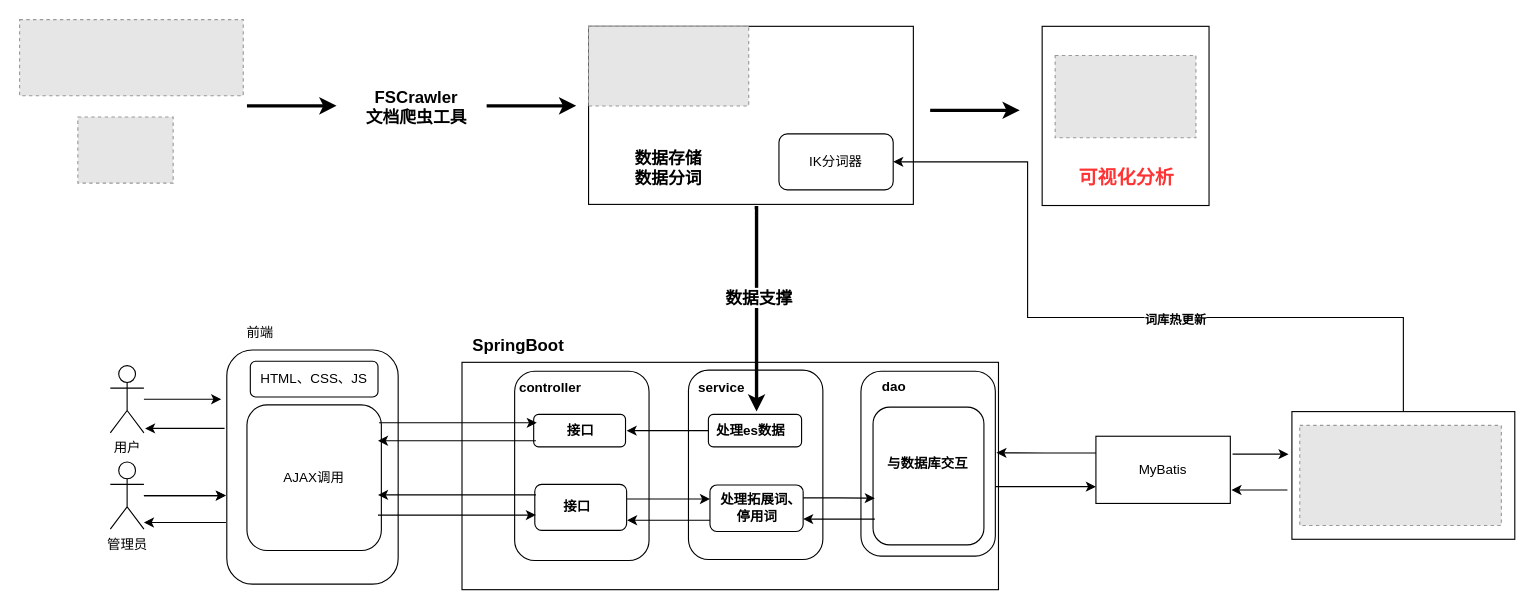
The draw.io diagram page "第 6 页" (9 of 9) of elk.drawio in letengzz/Drawing, before the edit. Source tidied: cells renumbered, new cells numbered last; positions are measured from the earlier drawing's top-left corner, leaving out a move shared by most shapes. Both pictures are drawn from the tidied source at 112%, with x=0, y=0 at pixel (19, 19). Pictures stored in the file or linked from it are replaced by grey dashed boxes.
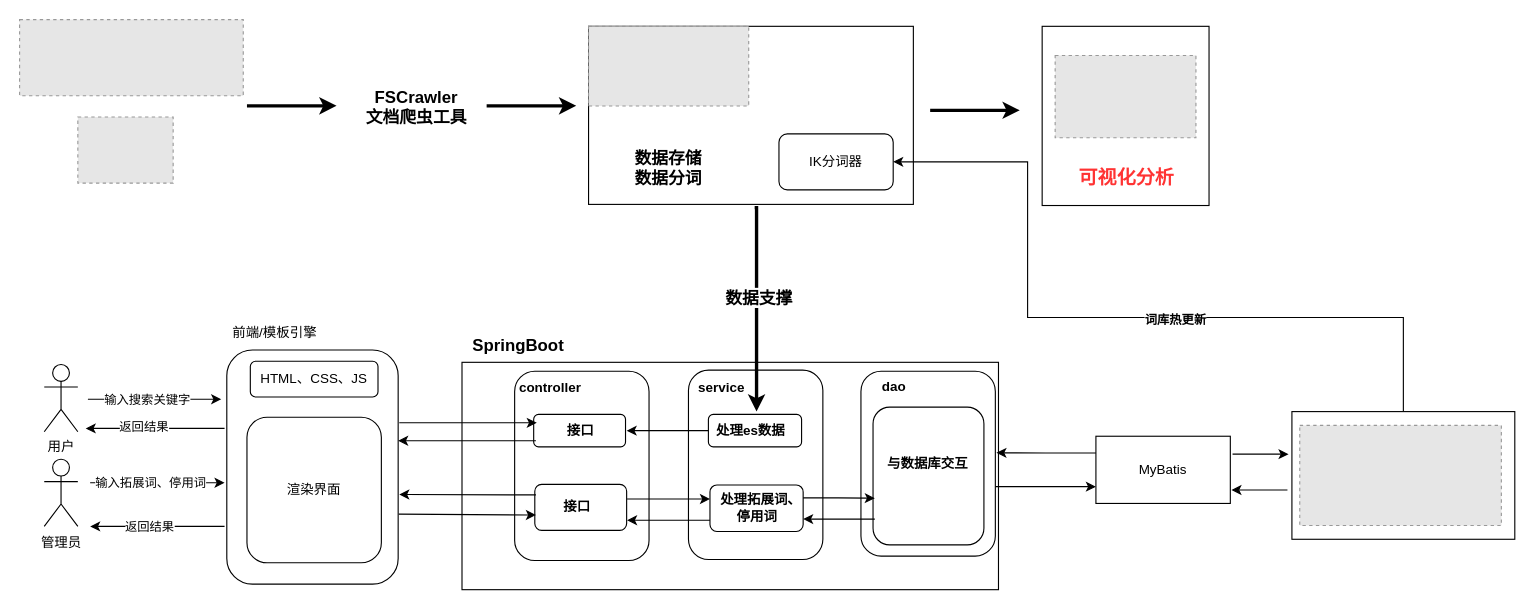
The same page after the edit.

The change refers to these unchanged cells:
```xml
<mxCell id="54" style="rounded=1;whiteSpace=wrap;html=1;" parent="1" vertex="1">
  <mxGeometry x="185" y="295" width="153" height="209" as="geometry" />
</mxCell>
```

Change to the diagram source:
```diff
@@
-    <mxCell id="42" style="edgeStyle=orthogonalEdgeStyle;rounded=0;jettySize=auto;html=1;" parent="1" edge="1" source="43">
-      <mxGeometry relative="1" as="geometry">
-        <mxPoint x="184.2" y="425" as="targetPoint" />
-      </mxGeometry>
-    </mxCell>
     <mxCell id="43" value="管理员" style="shape=umlActor;verticalLabelPosition=bottom;verticalAlign=top;html=1;outlineConnect=0;" parent="1" vertex="1">
-      <mxGeometry x="81" y="395" width="30" height="60" as="geometry" />
+      <mxGeometry x="22" y="392.5" width="30" height="60" as="geometry" />
     </mxCell>
     <mxCell id="44" value="用户" style="shape=umlActor;verticalLabelPosition=bottom;verticalAlign=top;html=1;outlineConnect=0;" parent="1" vertex="1">
-      <mxGeometry x="81" y="309" width="30" height="60" as="geometry" />
+      <mxGeometry x="22" y="308" width="30" height="60" as="geometry" />
     </mxCell>
@@
-    <mxCell id="55" value="前端" style="text;html=1;strokeColor=none;fillColor=none;align=center;verticalAlign=middle;whiteSpace=wrap;rounded=0;" parent="1" vertex="1">
-      <mxGeometry x="185" y="265" width="60" height="30" as="geometry" />
+    <mxCell id="55" value="前端/模板引擎" style="text;html=1;strokeColor=none;fillColor=none;align=center;verticalAlign=middle;whiteSpace=wrap;rounded=0;" parent="1" vertex="1">
+      <mxGeometry x="185" y="265" width="86" height="30" as="geometry" />
     </mxCell>
-    <mxCell id="56" value="AJAX调用" style="rounded=1;whiteSpace=wrap;html=1;" parent="1" vertex="1">
-      <mxGeometry x="203" y="344" width="120" height="130" as="geometry" />
+    <mxCell id="56" value="渲染界面" style="rounded=1;whiteSpace=wrap;html=1;" parent="1" vertex="1">
+      <mxGeometry x="203" y="355" width="120" height="130" as="geometry" />
     </mxCell>
@@
     <mxCell id="58" style="endArrow=classic;html=1;rounded=0;entryX=0;entryY=0.5;entryDx=0;entryDy=0;" parent="1" edge="1">
       <mxGeometry relative="1" as="geometry">
-        <mxPoint x="321" y="360" as="sourcePoint" />
+        <mxPoint x="339" y="360" as="sourcePoint" />
         <mxPoint x="461.8" y="360" as="targetPoint" />
       </mxGeometry>
     </mxCell>
-    <mxCell id="59" style="endArrow=classic;html=1;rounded=0;entryX=0;entryY=0.5;entryDx=0;entryDy=0;" parent="1" edge="1">
+    <mxCell id="59" style="endArrow=classic;html=1;rounded=0;" parent="1" edge="1">
       <mxGeometry relative="1" as="geometry">
         <mxPoint x="461" y="376" as="sourcePoint" />
-        <mxPoint x="320" y="376" as="targetPoint" />
+        <mxPoint x="338" y="376" as="targetPoint" />
       </mxGeometry>
     </mxCell>
-    <mxCell id="60" style="edgeStyle=orthogonalEdgeStyle;rounded=0;orthogonalLoop=1;jettySize=auto;html=1;" parent="1" edge="1">
-      <mxGeometry relative="1" as="geometry">
-        <mxPoint x="111" y="425" as="sourcePoint" />
-        <mxPoint x="184.2" y="425" as="targetPoint" />
-      </mxGeometry>
-    </mxCell>
-    <mxCell id="61" style="edgeStyle=orthogonalEdgeStyle;rounded=0;orthogonalLoop=1;jettySize=auto;html=1;" parent="1" edge="1">
-      <mxGeometry relative="1" as="geometry">
-        <mxPoint x="184.2" y="449" as="sourcePoint" />
-        <mxPoint x="111" y="449" as="targetPoint" />
-      </mxGeometry>
-    </mxCell>
-    <mxCell id="62" style="edgeStyle=orthogonalEdgeStyle;rounded=0;jettySize=auto;html=1;" parent="1" edge="1" source="44">
+    <mxCell id="62" style="edgeStyle=orthogonalEdgeStyle;rounded=0;orthogonalLoop=1;jettySize=auto;html=1;" parent="1" edge="1">
       <mxGeometry relative="1" as="geometry">
+        <mxPoint x="61" y="339" as="sourcePoint" />
         <mxPoint x="180" y="339" as="targetPoint" />
       </mxGeometry>
     </mxCell>
+    <mxCell id="66" value="输入搜索关键字" style="edgeLabel;html=1;align=center;verticalAlign=middle;" parent="62" vertex="1">
+      <mxGeometry x="-0.37" y="-1" relative="1" as="geometry">
+        <mxPoint x="15" y="-1" as="offset" />
+      </mxGeometry>
+    </mxCell>
-    <mxCell id="63" style="edgeStyle=orthogonalEdgeStyle;rounded=0;orthogonalLoop=1;jettySize=auto;html=1;entryX=-0.018;entryY=0.12;entryDx=0;entryDy=0;entryPerimeter=0;" parent="1" edge="1">
+    <mxCell id="63" style="edgeStyle=orthogonalEdgeStyle;rounded=0;orthogonalLoop=1;jettySize=auto;html=1;" parent="1" edge="1">
       <mxGeometry relative="1" as="geometry">
         <mxPoint x="183" y="365" as="sourcePoint" />
-        <mxPoint x="112" y="365" as="targetPoint" />
+        <mxPoint x="59" y="365" as="targetPoint" />
       </mxGeometry>
     </mxCell>
+    <mxCell id="67" value="返回结果" style="edgeLabel;html=1;align=center;verticalAlign=middle;" parent="63" vertex="1">
+      <mxGeometry x="0.18" y="-2" relative="1" as="geometry" />
+    </mxCell>
-    <mxCell id="64" style="endArrow=classic;html=1;rounded=0;entryX=0;entryY=0.5;entryDx=0;entryDy=0;" parent="1" edge="1">
+    <mxCell id="64" style="endArrow=classic;html=1;rounded=0;" parent="1" edge="1">
       <mxGeometry relative="1" as="geometry">
         <mxPoint x="461" y="424.4" as="sourcePoint" />
-        <mxPoint x="320" y="424.4" as="targetPoint" />
+        <mxPoint x="339" y="424" as="targetPoint" />
       </mxGeometry>
     </mxCell>
-    <mxCell id="65" style="endArrow=classic;html=1;rounded=0;entryX=0;entryY=0.5;entryDx=0;entryDy=0;" parent="1" edge="1">
+    <mxCell id="65" style="endArrow=classic;html=1;rounded=0;entryX=0;entryY=0.5;entryDx=0;entryDy=0;exitX=1.003;exitY=0.701;exitDx=0;exitDy=0;exitPerimeter=0;" parent="1" edge="1" source="54">
       <mxGeometry relative="1" as="geometry">
-        <mxPoint x="320" y="442.4" as="sourcePoint" />
         <mxPoint x="461" y="442.4" as="targetPoint" />
       </mxGeometry>
     </mxCell>
+    <mxCell id="68" style="endArrow=classic;html=1;rounded=0;" parent="1" edge="1">
+      <mxGeometry relative="1" as="geometry">
+        <mxPoint x="63" y="413.5" as="sourcePoint" />
+        <mxPoint x="183" y="413.5" as="targetPoint" />
+      </mxGeometry>
+    </mxCell>
+    <mxCell id="69" value="输入拓展词、停用词" style="edgeLabel;html=1;align=center;verticalAlign=middle;" parent="68" vertex="1">
+      <mxGeometry x="-0.49" y="-1" relative="1" as="geometry">
+        <mxPoint x="22" y="-1" as="offset" />
+      </mxGeometry>
+    </mxCell>
+    <mxCell id="70" style="endArrow=classic;html=1;rounded=0;" parent="1" edge="1">
+      <mxGeometry relative="1" as="geometry">
+        <mxPoint x="183" y="452.5" as="sourcePoint" />
+        <mxPoint x="63" y="452.5" as="targetPoint" />
+      </mxGeometry>
+    </mxCell>
+    <mxCell id="71" value="返回结果" style="edgeLabel;html=1;align=center;verticalAlign=middle;" parent="70" vertex="1">
+      <mxGeometry x="0.14" relative="1" as="geometry" />
+    </mxCell>
```
